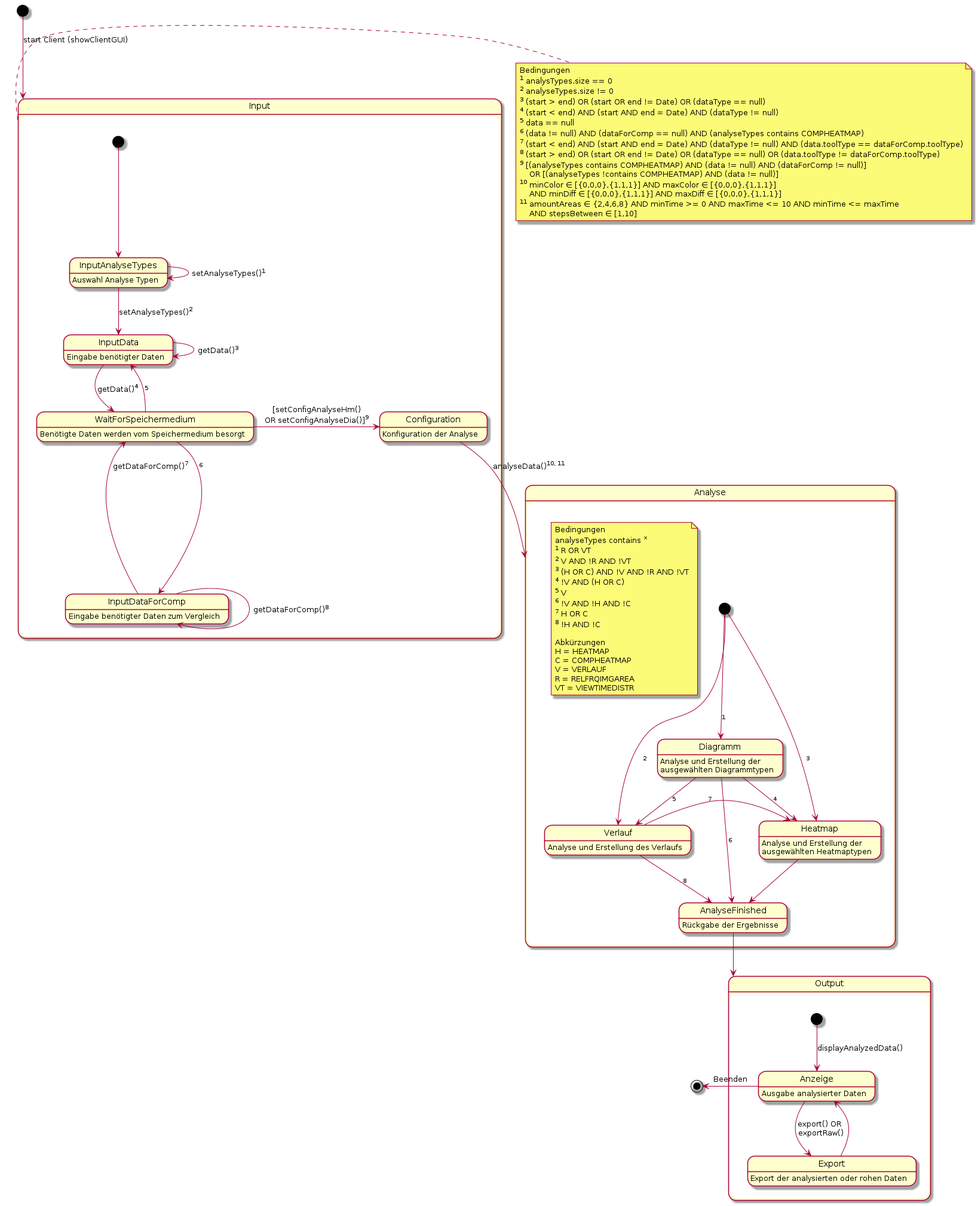
Before: uml-state/analyseclient/zustand-analyseclient.png, a diagram exported from PlantUML (weichware-10/dokumente). Its source is kept beside it as uml-state/analyseclient/zustand-analyseclient.puml.
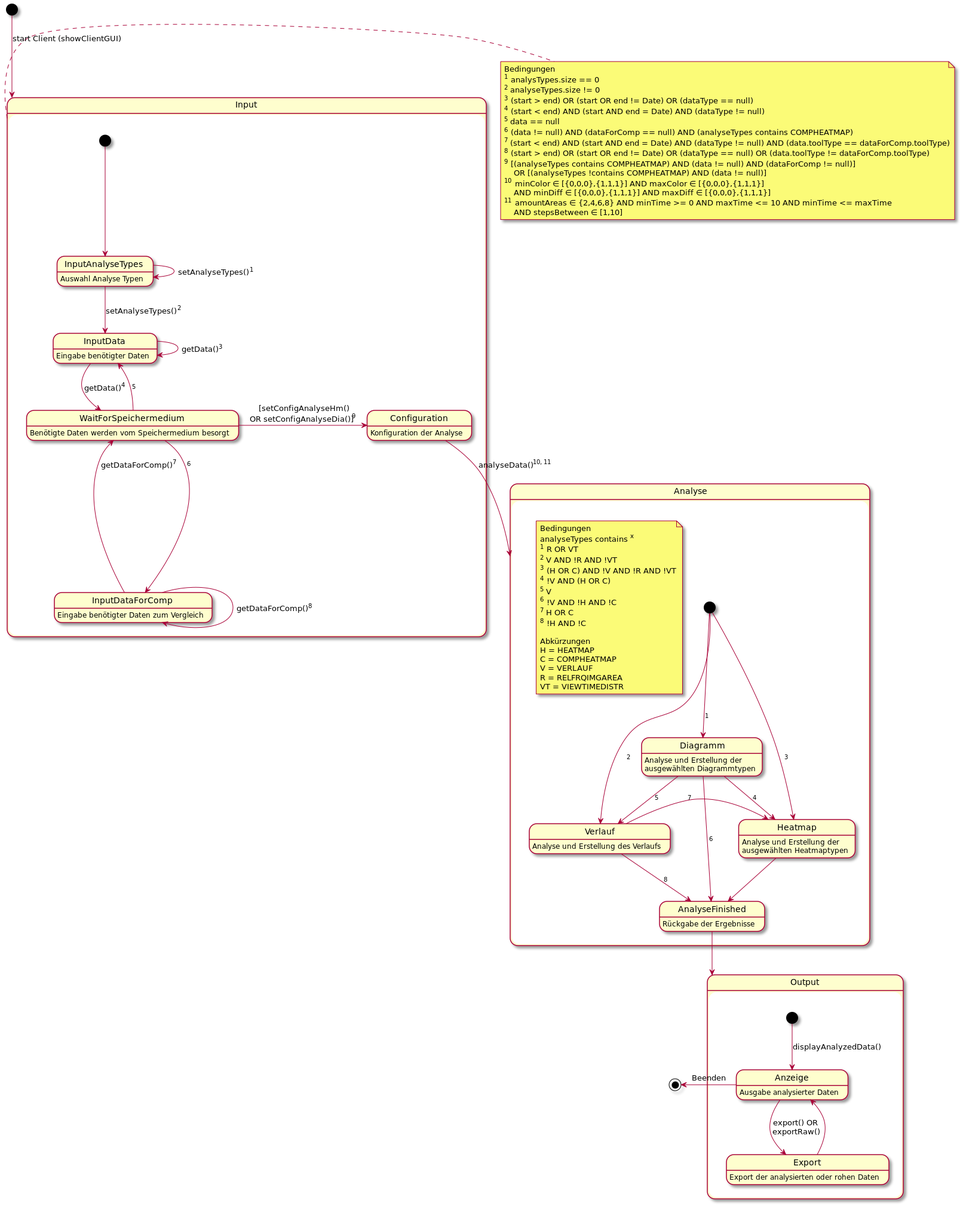
The same diagram one commit later.

Diff of the diagram source:
```diff
@@ -1,4 +1,4 @@
-@startuml Datenanalyse Client
+@startuml Datenanalyse-Client
 
 note right of i
     Bedingungen
```
